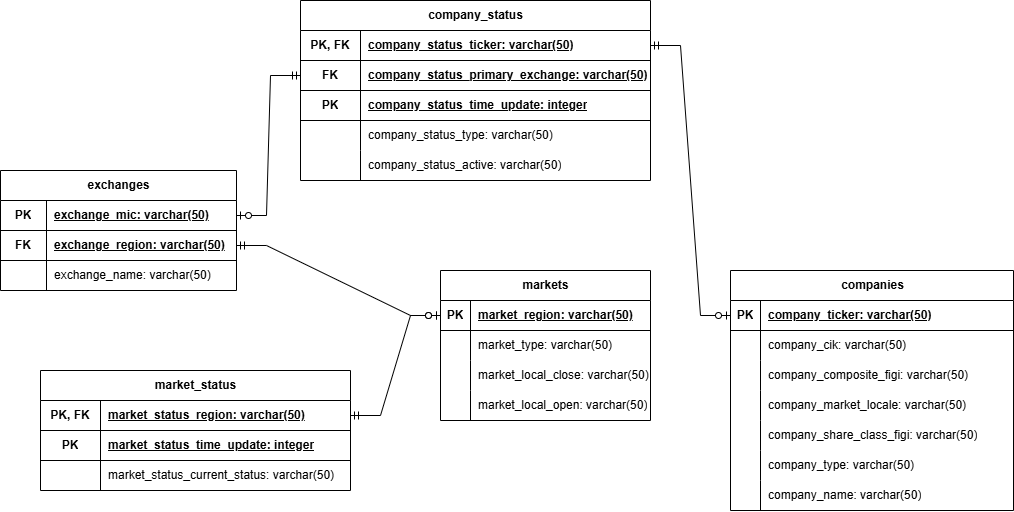
This is internal-database/docs/schema.png from congktx/stock-analystics, a draw.io export, as it was before one commit. Source tidied: cells renumbered, new cells last; positions are measured from the earlier drawing's top-left corner, leaving out a move shared by most shapes.
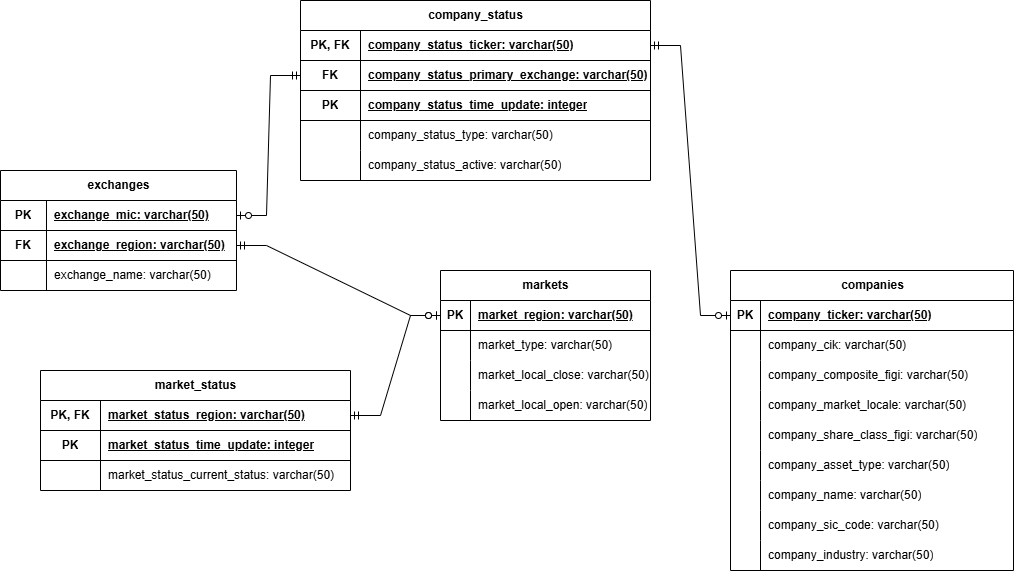
The same file after the commit.

Change to the diagram source:
```diff
@@ -75,7 +75,7 @@
       <mxGeometry relative="1" as="geometry" />
     </mxCell>
     <mxCell id="26" value="companies" style="shape=table;startSize=30;rowLines=0;fontStyle=1;align=center;html=1;" parent="1" vertex="1">
-      <mxGeometry x="730" y="270" width="283" height="240" as="geometry" />
+      <mxGeometry x="730" y="270" width="283" height="300" as="geometry" />
     </mxCell>
     <mxCell id="27" style="shape=tableRow;horizontal=0;startSize=0;swimlaneHead=0;swimlaneBody=0;fillColor=none;points=[[0,0.5],[1,0.5]];portConstraint=eastwest;top=0;left=0;right=0;bottom=1;" parent="26" vertex="1">
       <mxGeometry y="30" width="283" height="30" as="geometry" />
@@ -128,7 +128,7 @@
     <mxCell id="43" style="shape=partialRectangle;fillColor=none;top=0;left=0;bottom=0;right=0;overflow=hidden;whiteSpace=wrap;html=1;" parent="42" vertex="1">
       <mxGeometry width="30" height="30" as="geometry" />
     </mxCell>
-    <mxCell id="44" value="company_type: varchar(50)" style="shape=partialRectangle;fillColor=none;top=0;left=0;bottom=0;right=0;align=left;spacingLeft=6;overflow=hidden;whiteSpace=wrap;html=1;" parent="42" vertex="1">
+    <mxCell id="44" value="company_asset_type: varchar(50)" style="shape=partialRectangle;fillColor=none;top=0;left=0;bottom=0;right=0;align=left;spacingLeft=6;overflow=hidden;whiteSpace=wrap;html=1;" parent="42" vertex="1">
       <mxGeometry x="30" width="253" height="30" as="geometry" />
     </mxCell>
     <mxCell id="45" style="shape=tableRow;horizontal=0;startSize=0;swimlaneHead=0;swimlaneBody=0;fillColor=none;top=0;left=0;right=0;bottom=0;" parent="26" vertex="1">
@@ -140,6 +140,24 @@
     <mxCell id="47" value="company_name: varchar(50)" style="shape=partialRectangle;fillColor=none;top=0;left=0;bottom=0;right=0;align=left;spacingLeft=6;overflow=hidden;whiteSpace=wrap;html=1;" parent="45" vertex="1">
       <mxGeometry x="30" width="253" height="30" as="geometry" />
     </mxCell>
+    <mxCell id="77" style="shape=tableRow;horizontal=0;startSize=0;swimlaneHead=0;swimlaneBody=0;fillColor=none;top=0;left=0;right=0;bottom=0;" parent="26" vertex="1">
+      <mxGeometry y="240" width="283" height="30" as="geometry" />
+    </mxCell>
+    <mxCell id="78" style="shape=partialRectangle;fillColor=none;top=0;left=0;bottom=0;right=0;overflow=hidden;whiteSpace=wrap;html=1;" parent="77" vertex="1">
+      <mxGeometry width="30" height="30" as="geometry" />
+    </mxCell>
+    <mxCell id="79" value="company_sic_code: varchar(50)" style="shape=partialRectangle;fillColor=none;top=0;left=0;bottom=0;right=0;align=left;spacingLeft=6;overflow=hidden;whiteSpace=wrap;html=1;" parent="77" vertex="1">
+      <mxGeometry x="30" width="253" height="30" as="geometry" />
+    </mxCell>
+    <mxCell id="80" style="shape=tableRow;horizontal=0;startSize=0;swimlaneHead=0;swimlaneBody=0;fillColor=none;top=0;left=0;right=0;bottom=0;" parent="26" vertex="1">
+      <mxGeometry y="270" width="283" height="30" as="geometry" />
+    </mxCell>
+    <mxCell id="81" style="shape=partialRectangle;fillColor=none;top=0;left=0;bottom=0;right=0;overflow=hidden;whiteSpace=wrap;html=1;" parent="80" vertex="1">
+      <mxGeometry width="30" height="30" as="geometry" />
+    </mxCell>
+    <mxCell id="82" value="company_industry: varchar(50)" style="shape=partialRectangle;fillColor=none;top=0;left=0;bottom=0;right=0;align=left;spacingLeft=6;overflow=hidden;whiteSpace=wrap;html=1;" parent="80" vertex="1">
+      <mxGeometry x="30" width="253" height="30" as="geometry" />
+    </mxCell>
     <mxCell id="48" value="company_status" style="shape=table;startSize=30;rowLines=0;fontStyle=1;align=center;html=1;" parent="1" vertex="1">
       <mxGeometry x="300" width="350" height="180" as="geometry" />
     </mxCell>
```
